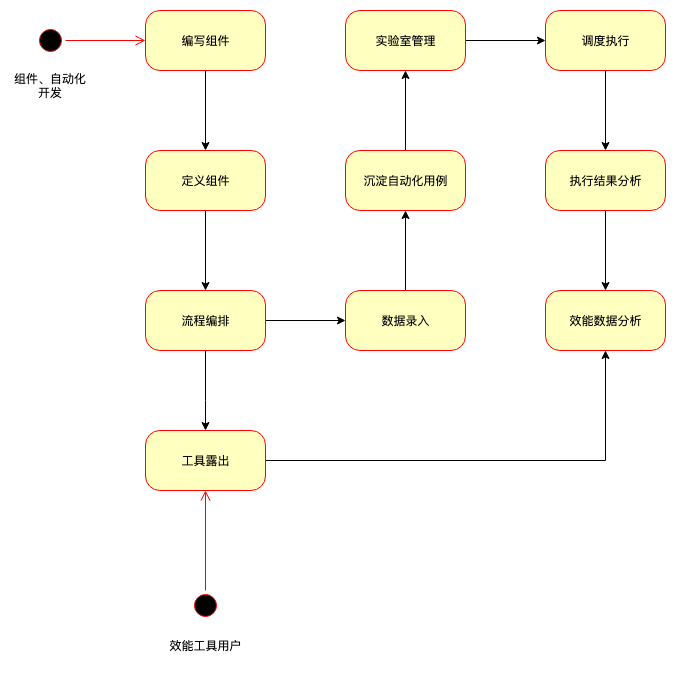
The draw.io diagram 业务流程开发.png in JimmyKsdas/TestPlantForm, before a commit. Source tidied: cells renumbered, new cells last; positions are measured from the earlier drawing's top-left corner, leaving out a move shared by most shapes.
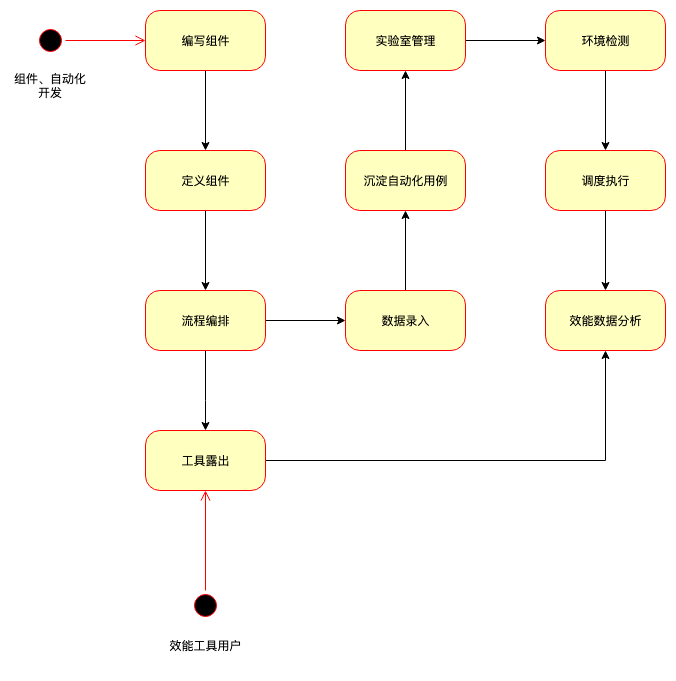
The same diagram one commit later.

Commit message:
Added 业务流程开发.png

Diff of the diagram source:
```diff
@@ -52,13 +52,13 @@
     <mxCell id="16" style="edgeStyle=orthogonalEdgeStyle;rounded=0;jettySize=auto;html=1;" parent="1" edge="1" source="17" target="19">
       <mxGeometry relative="1" as="geometry" />
     </mxCell>
-    <mxCell id="17" value="调度执行" style="rounded=1;whiteSpace=wrap;html=1;arcSize=24;fillColor=#ffffc0;strokeColor=#ff0000;shadow=0;comic=0;labelBackgroundColor=none;fontFamily=Verdana;fontSize=12;fontColor=#000000;align=center;" parent="1" vertex="1">
+    <mxCell id="17" value="环境检测" style="rounded=1;whiteSpace=wrap;html=1;arcSize=24;fillColor=#ffffc0;strokeColor=#ff0000;shadow=0;comic=0;labelBackgroundColor=none;fontFamily=Verdana;fontSize=12;fontColor=#000000;align=center;" parent="1" vertex="1">
       <mxGeometry x="535" width="120" height="60" as="geometry" />
     </mxCell>
     <mxCell id="18" style="edgeStyle=orthogonalEdgeStyle;rounded=0;jettySize=auto;html=1;" parent="1" edge="1" source="19" target="20">
       <mxGeometry relative="1" as="geometry" />
     </mxCell>
-    <mxCell id="19" value="执行结果分析" style="rounded=1;whiteSpace=wrap;html=1;arcSize=24;fillColor=#ffffc0;strokeColor=#ff0000;shadow=0;comic=0;labelBackgroundColor=none;fontFamily=Verdana;fontSize=12;fontColor=#000000;align=center;" parent="1" vertex="1">
+    <mxCell id="19" value="调度执行" style="rounded=1;whiteSpace=wrap;html=1;arcSize=24;fillColor=#ffffc0;strokeColor=#ff0000;shadow=0;comic=0;labelBackgroundColor=none;fontFamily=Verdana;fontSize=12;fontColor=#000000;align=center;" parent="1" vertex="1">
       <mxGeometry x="535" y="140" width="120" height="60" as="geometry" />
     </mxCell>
     <mxCell id="20" value="效能数据分析" style="rounded=1;whiteSpace=wrap;html=1;arcSize=24;fillColor=#ffffc0;strokeColor=#ff0000;shadow=0;comic=0;labelBackgroundColor=none;fontFamily=Verdana;fontSize=12;fontColor=#000000;align=center;" parent="1" vertex="1">
```
